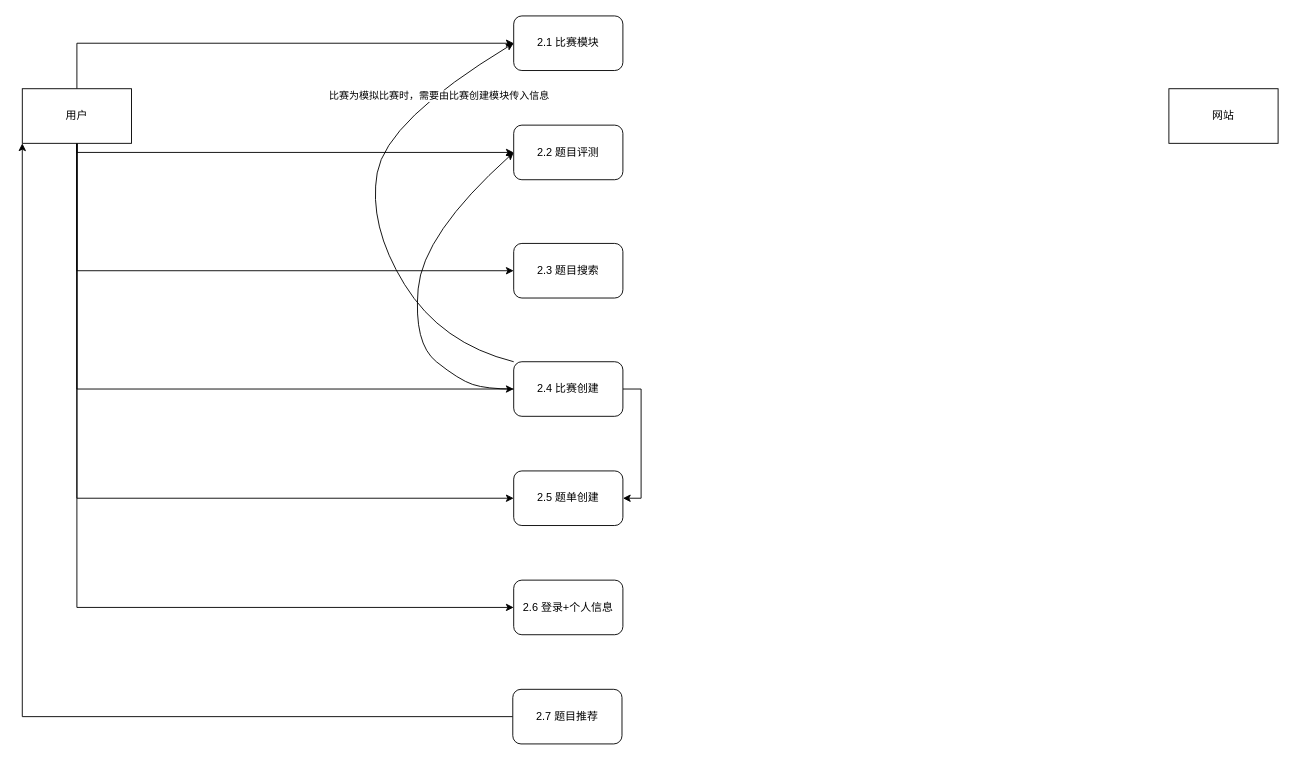
Above: 分析文档/第二层.drawio in 12MegaA21/CodeCode (draw.io), before the change. Source tidied: cells renumbered, new cells numbered last; positions are measured from the earlier drawing's top-left corner, leaving out a move shared by most shapes. Both pictures are drawn from the tidied source at 91%, with x=0, y=0 at pixel (22, 15).
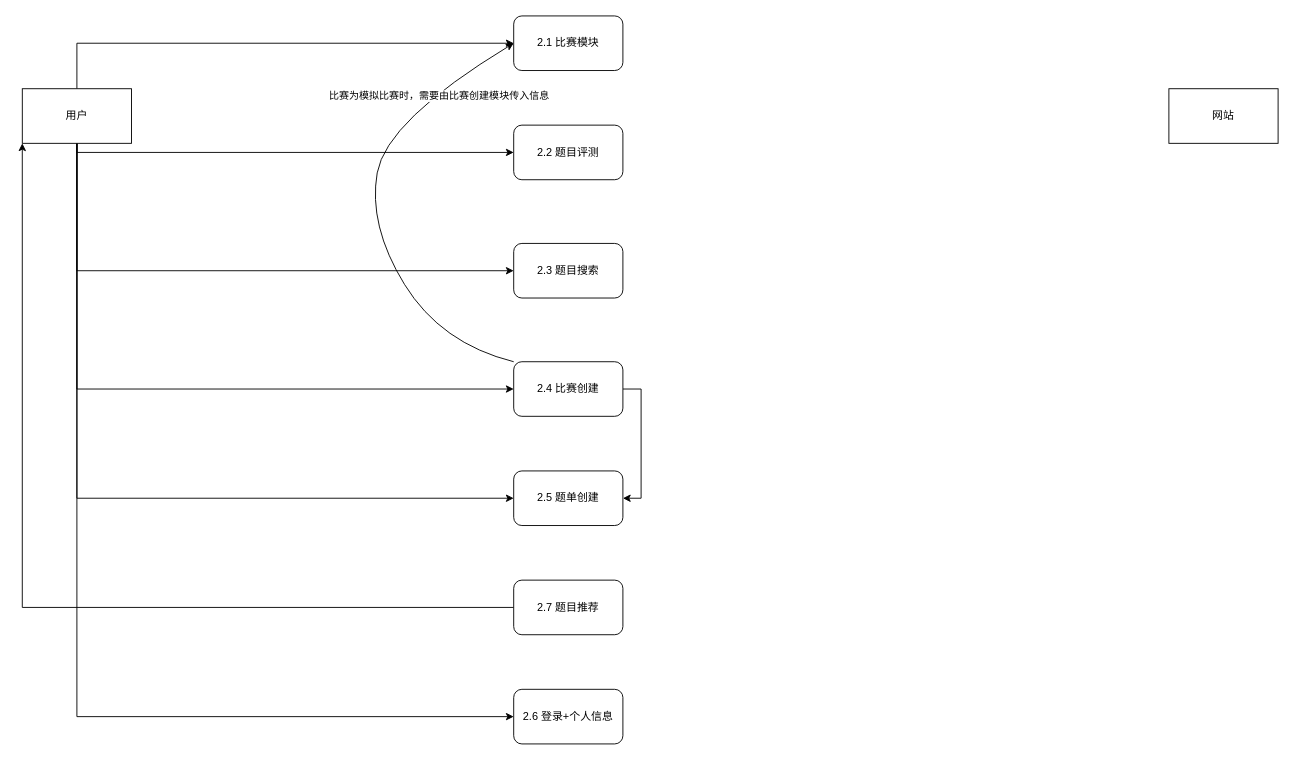
The same diagram, later.

Commit message (it also covers changes not shown here):
更新第二层.drawio

Unchanged cells that the change refers to:
```xml
<mxCell id="8" value="用户" style="rounded=0;whiteSpace=wrap;html=1;" parent="1" vertex="1">
  <mxGeometry y="80" width="120" height="60" as="geometry" />
</mxCell>
<mxCell id="11" value="2.2 题目评测" style="rounded=1;whiteSpace=wrap;html=1;" parent="1" vertex="1">
  <mxGeometry x="540" y="120" width="120" height="60" as="geometry" />
</mxCell>
<mxCell id="14" value="2.4 比赛创建" style="rounded=1;whiteSpace=wrap;html=1;" parent="1" vertex="1">
  <mxGeometry x="540" y="380" width="120" height="60" as="geometry" />
</mxCell>
```

Change to the diagram source:
```diff
@@
     <mxCell id="2" style="edgeStyle=orthogonalEdgeStyle;rounded=0;jettySize=auto;html=1;entryX=0;entryY=0.5;entryDx=0;entryDy=0;" parent="1" edge="1" source="8" target="16">
       <mxGeometry relative="1" as="geometry">
         <Array as="points">
-          <mxPoint x="60" y="650" />
+          <mxPoint x="60" y="770" />
         </Array>
       </mxGeometry>
     </mxCell>
@@
     <mxCell id="16" value="2.6 登录+个人信息" style="rounded=1;whiteSpace=wrap;html=1;" parent="1" vertex="1">
-      <mxGeometry x="540" y="620" width="120" height="60" as="geometry" />
+      <mxGeometry x="540" y="740" width="120" height="60" as="geometry" />
     </mxCell>
-    <mxCell id="17" style="curved=1;endArrow=classic;html=1;rounded=0;exitX=0;exitY=0.5;exitDx=0;exitDy=0;entryX=0;entryY=0.5;entryDx=0;entryDy=0;" parent="1" edge="1" source="14" target="11">
-      <mxGeometry relative="1" as="geometry">
-        <Array as="points">
-          <mxPoint x="510" y="410" />
-          <mxPoint x="480" y="400" />
-          <mxPoint x="430" y="360" />
-          <mxPoint x="440" y="240" />
-        </Array>
-      </mxGeometry>
-    </mxCell>
@@
     <mxCell id="21" value="2.7 题目推荐" style="rounded=1;whiteSpace=wrap;html=1;" parent="1" vertex="1">
-      <mxGeometry x="539" y="740" width="120" height="60" as="geometry" />
+      <mxGeometry x="540" y="620" width="120" height="60" as="geometry" />
     </mxCell>
```
